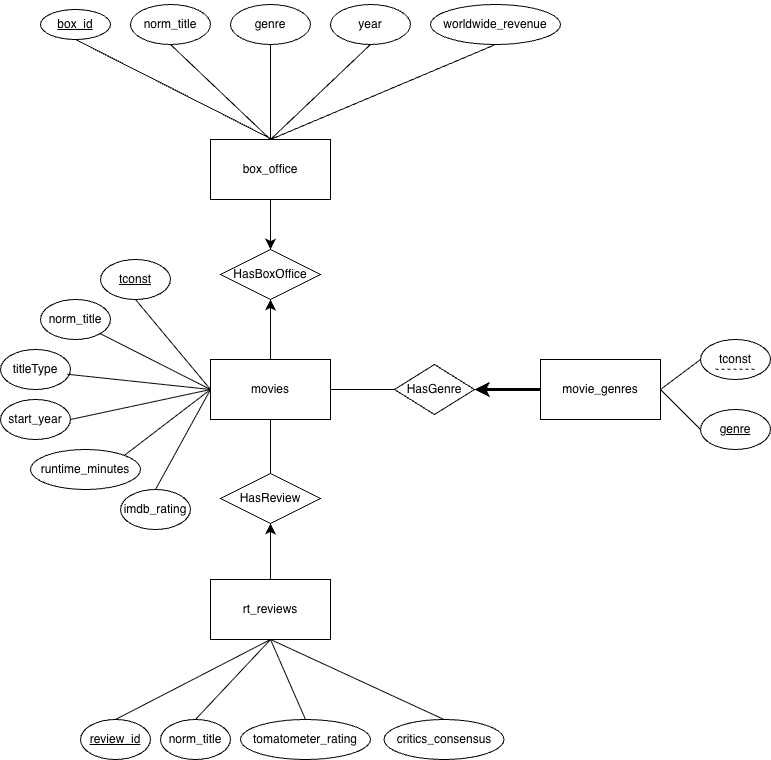
The draw.io diagram ER Diagram Project 368.png in firilanjm/CPSC368-Project, before a commit. Source tidied: cells renumbered, new cells last; positions are measured from the earlier drawing's top-left corner, leaving out a move shared by most shapes.
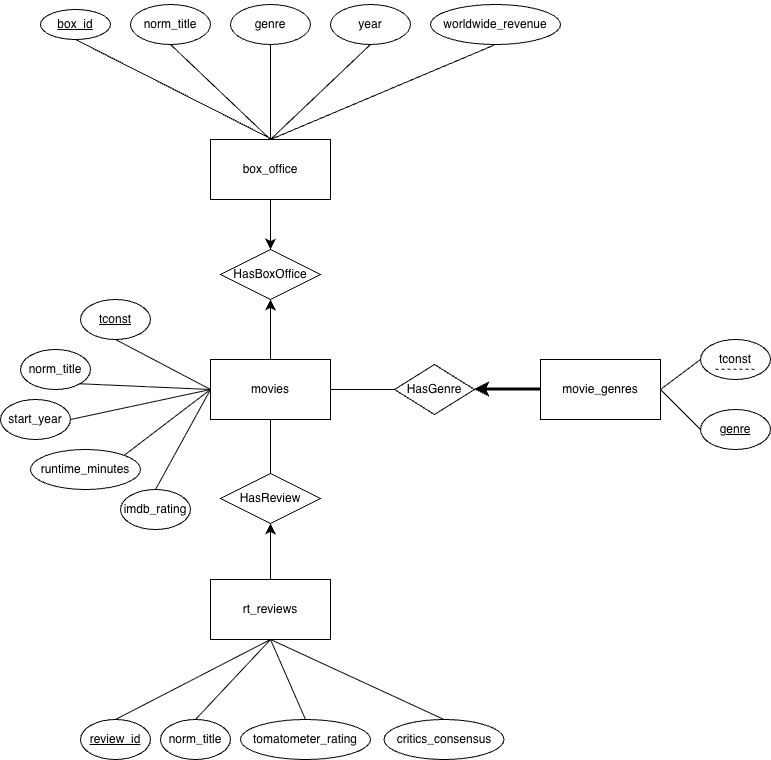
Later version of the same file.

What changed in the source:
```diff
@@ -76,14 +76,11 @@
       <mxGeometry relative="1" as="geometry" />
     </mxCell>
     <mxCell id="25" value="&lt;u&gt;tconst&lt;/u&gt;" style="ellipse;whiteSpace=wrap;html=1;" parent="1" vertex="1">
-      <mxGeometry x="100" y="255" width="70" height="40" as="geometry" />
+      <mxGeometry x="80" y="295" width="70" height="40" as="geometry" />
     </mxCell>
     <mxCell id="26" value="norm_title" style="ellipse;whiteSpace=wrap;html=1;" parent="1" vertex="1">
-      <mxGeometry x="40" y="295" width="70" height="40" as="geometry" />
+      <mxGeometry x="20" y="345" width="70" height="40" as="geometry" />
     </mxCell>
-    <mxCell id="27" value="titleType" style="ellipse;whiteSpace=wrap;html=1;" parent="1" vertex="1">
-      <mxGeometry y="345" width="70" height="40" as="geometry" />
-    </mxCell>
     <mxCell id="28" value="start_year" style="ellipse;whiteSpace=wrap;html=1;" parent="1" vertex="1">
       <mxGeometry y="395" width="70" height="40" as="geometry" />
     </mxCell>
@@ -149,9 +146,6 @@
     <mxCell id="45" style="endArrow=none;html=1;rounded=0;entryX=1;entryY=1;entryDx=0;entryDy=0;exitX=0;exitY=0.5;exitDx=0;exitDy=0;" parent="1" edge="1" source="2" target="26">
       <mxGeometry relative="1" as="geometry" />
     </mxCell>
-    <mxCell id="46" style="endArrow=none;html=1;rounded=0;entryX=0.957;entryY=0.619;entryDx=0;entryDy=0;exitX=0;exitY=0.5;exitDx=0;exitDy=0;entryPerimeter=0;" parent="1" edge="1" source="2" target="27">
-      <mxGeometry relative="1" as="geometry" />
-    </mxCell>
     <mxCell id="47" style="endArrow=none;html=1;rounded=0;entryX=1;entryY=0.5;entryDx=0;entryDy=0;exitX=0;exitY=0.5;exitDx=0;exitDy=0;" parent="1" edge="1" source="2" target="28">
       <mxGeometry relative="1" as="geometry" />
     </mxCell>
```
